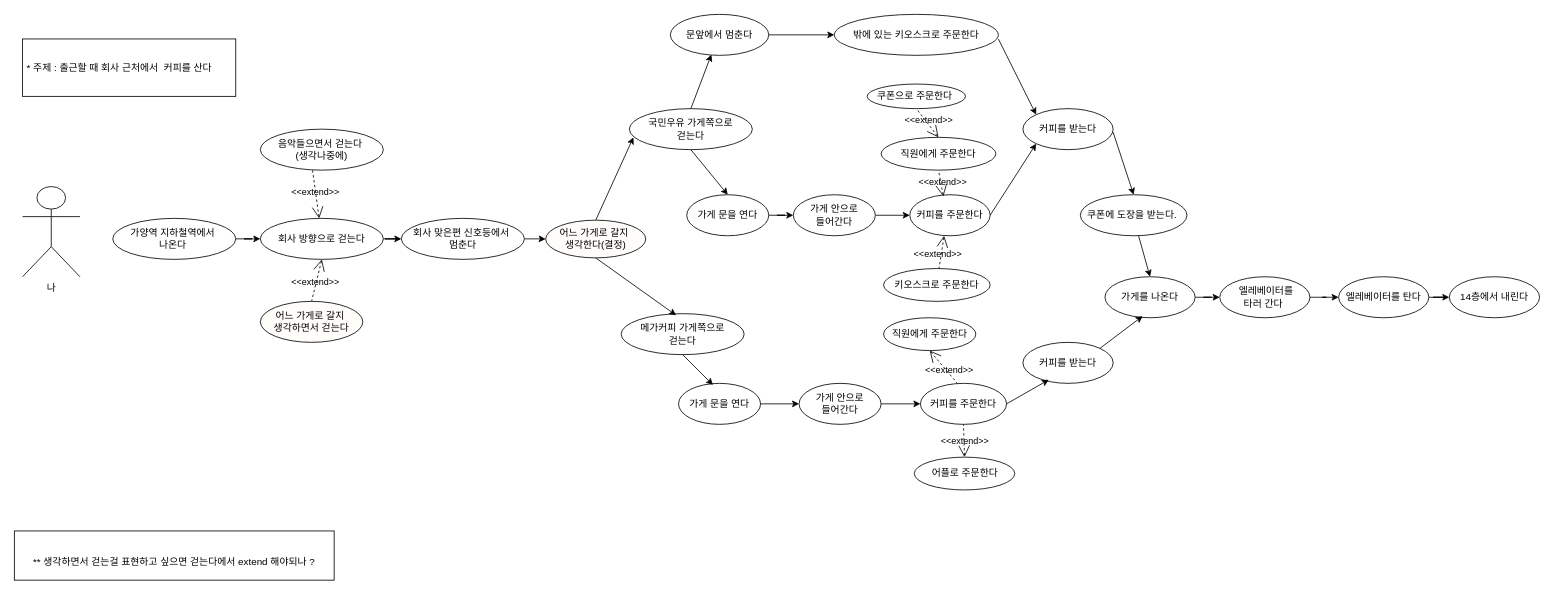
This is usecase_diagram/0809_new.drawio from Jin-bright/diagram_study, a draw.io file, before an edit. Source tidied: cells renumbered, new cells numbered last; positions are measured from the earlier drawing's top-left corner, leaving out a move shared by most shapes. Both pictures are drawn from the tidied source at 82%, with x=0, y=0 at pixel (14, 14).
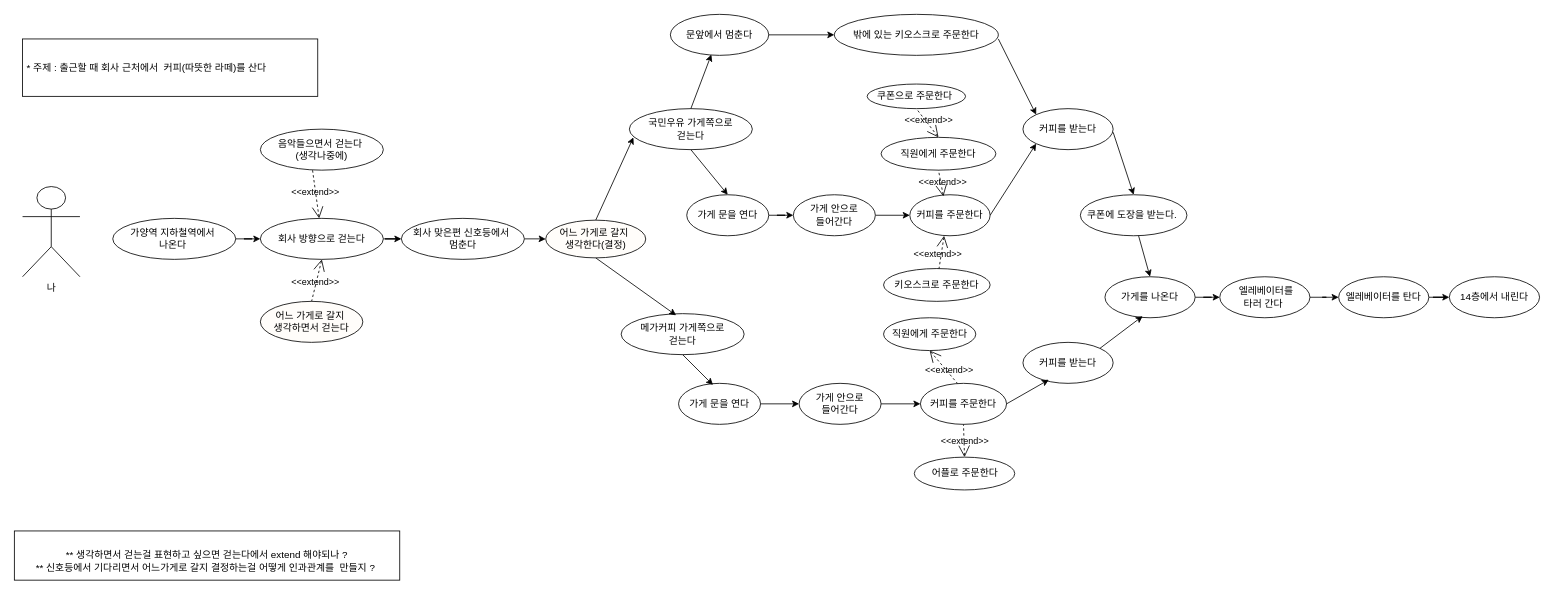
The same diagram, later.

Diff of the diagram source:
```diff
@@
-    <mxCell id="33" value="&amp;nbsp;* 주제 : 출근할 때 회사 근처에서&amp;nbsp; 커피를 산다" style="rounded=0;whiteSpace=wrap;html=1;align=left;" parent="1" vertex="1">
-      <mxGeometry x="10" y="30" width="260" height="70" as="geometry" />
+    <mxCell id="33" value="&amp;nbsp;* 주제 : 출근할 때 회사 근처에서&amp;nbsp; 커피(따뜻한 라떼)를 산다" style="rounded=0;whiteSpace=wrap;html=1;align=left;" parent="1" vertex="1">
+      <mxGeometry x="10" y="30" width="360" height="70" as="geometry" />
     </mxCell>
@@
-    <mxCell id="61" value="&lt;br style=&quot;border-color: var(--border-color); text-align: left;&quot;&gt;** 생각하면서 걷는걸 표현하고 싶으면 걷는다에서 extend 해야되나 ?" style="rounded=0;whiteSpace=wrap;html=1;" parent="1" vertex="1">
-      <mxGeometry y="630" width="390" height="60" as="geometry" />
+    <mxCell id="61" value="&lt;br style=&quot;border-color: var(--border-color); text-align: left;&quot;&gt;** 생각하면서 걷는걸 표현하고 싶으면 걷는다에서 extend 해야되나 ?&lt;br&gt;** 신호등에서 기다리면서 어느가게로 갈지 결정하는걸 어떻게 인과관계를&amp;nbsp; 만들지 ?&amp;nbsp;" style="rounded=0;whiteSpace=wrap;html=1;" parent="1" vertex="1">
+      <mxGeometry y="630" width="470" height="60" as="geometry" />
     </mxCell>
```
